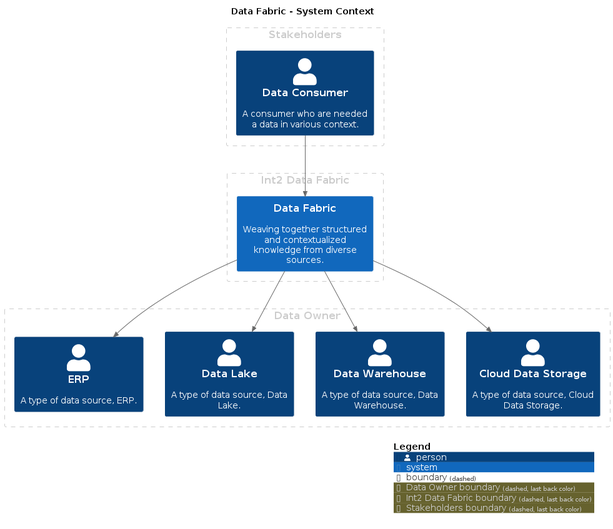
The PlantUML diagram master/png/SystemContext.png in IntellectusCorp/data-fabric-docs, before a commit.
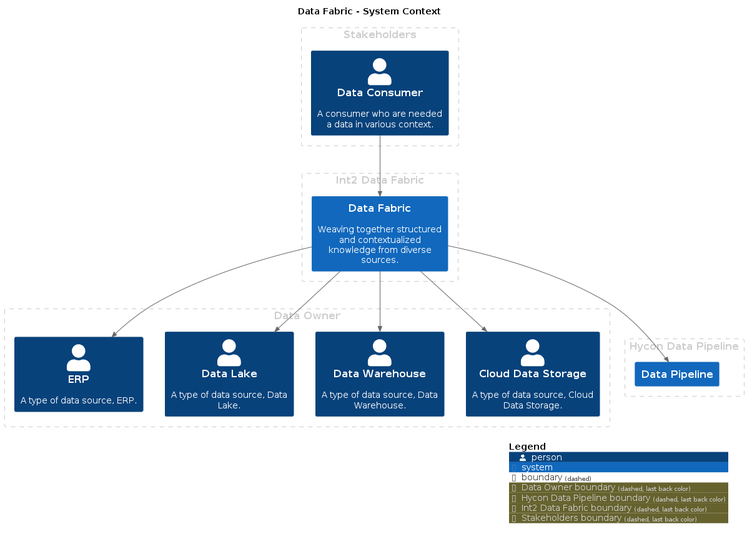
Above is the later version.

The edit, as a diff of the source:
```diff
@@ -15,17 +15,23 @@
   Person(CloudDataStorage, "Cloud Data Storage", $descr="A type of data source, Cloud Data Storage.", $tags="", $link="")
 }
 
+AddBoundaryTag("Hycon Data Pipeline", $borderColor="#cccccc", $fontColor="#cccccc")
+Boundary(group_2, "Hycon Data Pipeline", $tags="Hycon Data Pipeline") {
+  System(DataPipeline, "Data Pipeline", $descr="", $tags="", $link="")
+}
+
 AddBoundaryTag("Int2 Data Fabric", $borderColor="#cccccc", $fontColor="#cccccc")
-Boundary(group_2, "Int2 Data Fabric", $tags="Int2 Data Fabric") {
+Boundary(group_3, "Int2 Data Fabric", $tags="Int2 Data Fabric") {
   System(DataFabric, "Data Fabric", $descr="Weaving together structured and contextualized knowledge from diverse sources.", $tags="", $link="")
 }
 
 AddBoundaryTag("Stakeholders", $borderColor="#cccccc", $fontColor="#cccccc")
-Boundary(group_3, "Stakeholders", $tags="Stakeholders") {
+Boundary(group_4, "Stakeholders", $tags="Stakeholders") {
   Person(DataConsumer, "Data Consumer", $descr="A consumer who are needed a data in various context.", $tags="", $link="")
 }
 
 
+Rel_D(DataFabric, DataPipeline, "", $techn="", $tags="", $link="")
 Rel_D(DataConsumer, DataFabric, "", $techn="", $tags="", $link="")
 Rel_D(DataFabric, ERP, "", $techn="", $tags="", $link="")
 Rel_D(DataFabric, DataLake, "", $techn="", $tags="", $link="")
```
